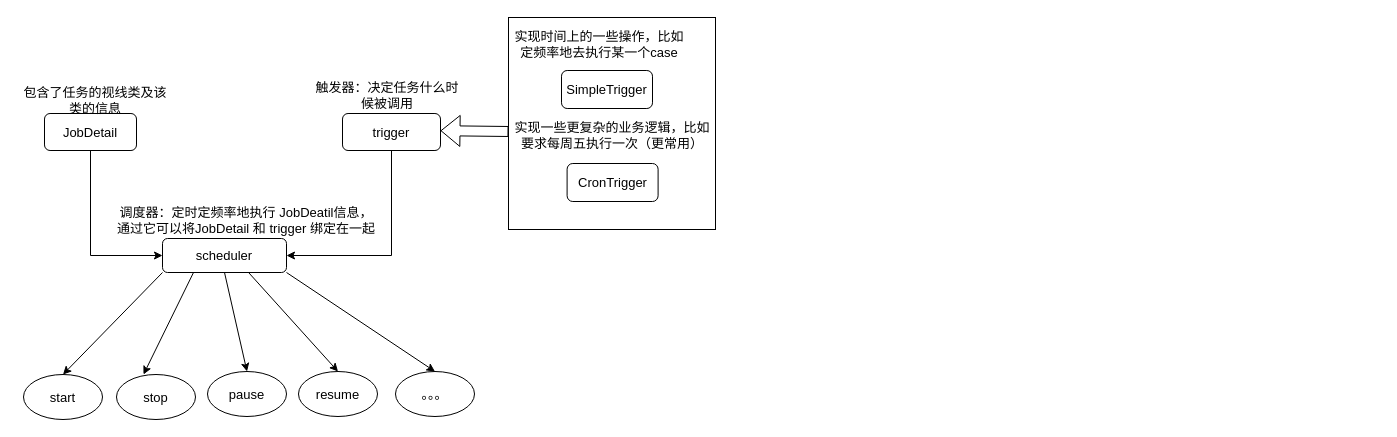
The draw.io diagram blog/schedule.drawio in began-zhao/studydraw, before the edit. Source tidied: cells renumbered, new cells numbered last; positions are measured from the earlier drawing's top-left corner, leaving out a move shared by most shapes. Both pictures are drawn from the tidied source at 100%, with x=0, y=0 at pixel (17, 17).
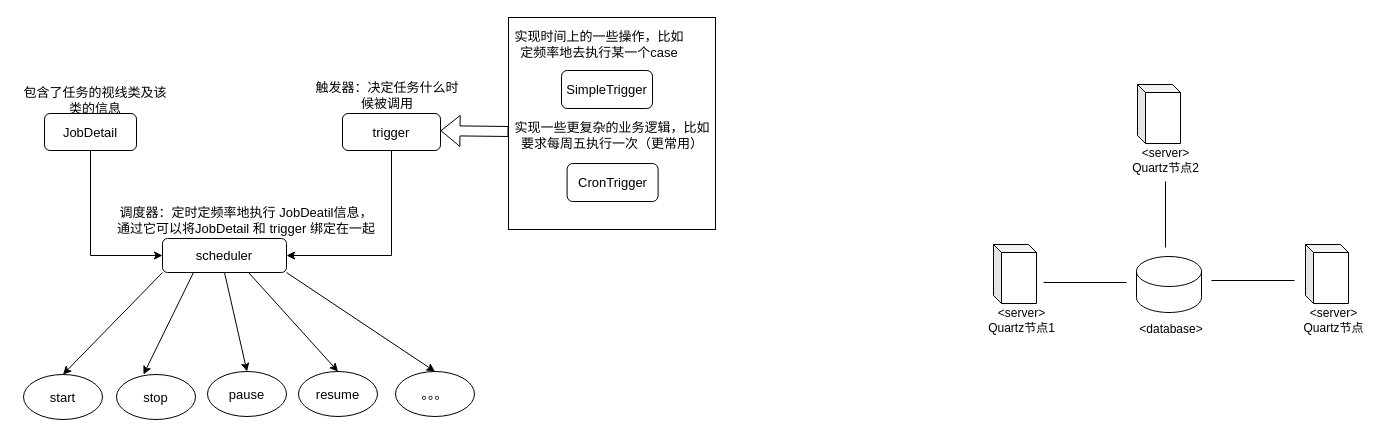
Above is the later version.

What changed in the source:
```diff
@@
+    <mxCell id="26" style="shape=cube;whiteSpace=wrap;html=1;boundedLbl=1;backgroundOutline=1;darkOpacity=0.05;darkOpacity2=0.1;size=8;" parent="1" vertex="1">
+      <mxGeometry x="1120" y="67" width="43" height="59" as="geometry" />
+    </mxCell>
+    <mxCell id="27" value="&amp;lt;server&amp;gt;&lt;br&gt;Quartz节点2" style="text;html=1;strokeColor=none;fillColor=none;align=center;verticalAlign=middle;whiteSpace=wrap;rounded=0;" parent="1" vertex="1">
+      <mxGeometry x="1103" y="128" width="91" height="30" as="geometry" />
+    </mxCell>
+    <mxCell id="28" style="shape=cube;whiteSpace=wrap;html=1;boundedLbl=1;backgroundOutline=1;darkOpacity=0.05;darkOpacity2=0.1;size=8;" parent="1" vertex="1">
+      <mxGeometry x="976" y="227" width="43" height="59" as="geometry" />
+    </mxCell>
+    <mxCell id="29" value="&amp;lt;server&amp;gt;&lt;br&gt;Quartz节点1" style="text;html=1;strokeColor=none;fillColor=none;align=center;verticalAlign=middle;whiteSpace=wrap;rounded=0;" parent="1" vertex="1">
+      <mxGeometry x="959" y="288" width="91" height="30" as="geometry" />
+    </mxCell>
+    <mxCell id="30" style="shape=cube;whiteSpace=wrap;html=1;boundedLbl=1;backgroundOutline=1;darkOpacity=0.05;darkOpacity2=0.1;size=8;" parent="1" vertex="1">
+      <mxGeometry x="1288" y="227" width="43" height="59" as="geometry" />
+    </mxCell>
+    <mxCell id="31" value="&amp;lt;server&amp;gt;&lt;br&gt;Quartz节点" style="text;html=1;strokeColor=none;fillColor=none;align=center;verticalAlign=middle;whiteSpace=wrap;rounded=0;" parent="1" vertex="1">
+      <mxGeometry x="1271" y="288" width="91" height="30" as="geometry" />
+    </mxCell>
+    <mxCell id="32" style="shape=cylinder3;whiteSpace=wrap;html=1;boundedLbl=1;backgroundOutline=1;size=15;" parent="1" vertex="1">
+      <mxGeometry x="1119" y="239" width="65" height="56" as="geometry" />
+    </mxCell>
+    <mxCell id="33" style="endArrow=none;html=1;rounded=0;fontStyle=1;" parent="1" edge="1">
+      <mxGeometry relative="1" as="geometry">
+        <mxPoint x="1148" y="230" as="sourcePoint" />
+        <mxPoint x="1148" y="164" as="targetPoint" />
+      </mxGeometry>
+    </mxCell>
+    <mxCell id="34" style="endArrow=none;html=1;rounded=0;fontStyle=1;" parent="1" edge="1">
+      <mxGeometry relative="1" as="geometry">
+        <mxPoint x="1109" y="265" as="sourcePoint" />
+        <mxPoint x="1026" y="265" as="targetPoint" />
+      </mxGeometry>
+    </mxCell>
+    <mxCell id="35" style="endArrow=none;html=1;rounded=0;fontStyle=1;" parent="1" edge="1">
+      <mxGeometry relative="1" as="geometry">
+        <mxPoint x="1277" y="263" as="sourcePoint" />
+        <mxPoint x="1194" y="263" as="targetPoint" />
+      </mxGeometry>
+    </mxCell>
+    <mxCell id="36" value="&amp;lt;database&amp;gt;" style="text;html=1;strokeColor=none;fillColor=none;align=center;verticalAlign=middle;whiteSpace=wrap;rounded=0;" parent="1" vertex="1">
+      <mxGeometry x="1122.5" y="298" width="62" height="27" as="geometry" />
+    </mxCell>
```
